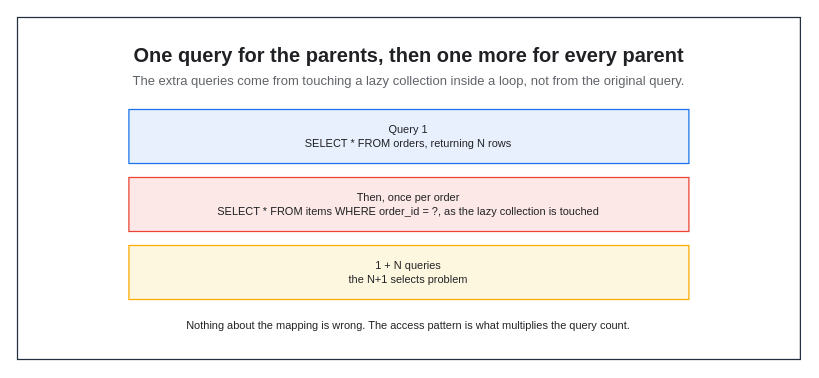
Earlier version of the draw.io diagram assets/img/spring/spring-19-n-plus-1.drawio (KKamJi98/kkamji98.github.io). Source tidied: cells renumbered, new cells numbered last; positions are measured from the earlier drawing's top-left corner, leaving out a move shared by most shapes. Both pictures are drawn from the tidied source at 100%, with x=0, y=0 at pixel (17, 17).
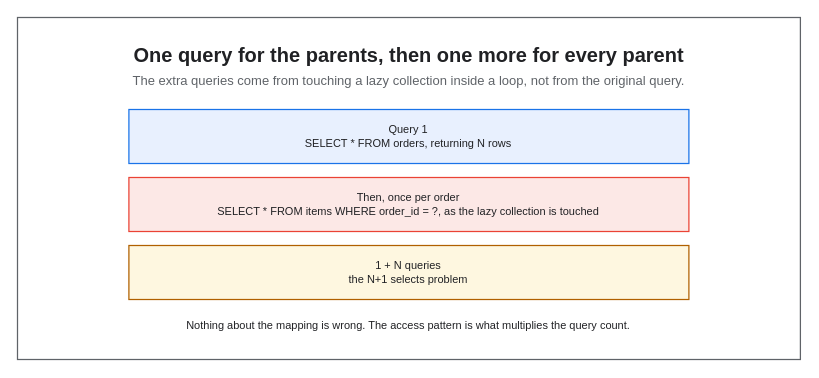
The same diagram, later.

The edit, as a diff of the source:
```diff
@@
 <mxGraphModel background="#FFFFFF">
   <root>
     <mxCell id="0" />
     <mxCell id="1" parent="0" />
-    <mxCell id="2" style="rounded=0;html=0;fillColor=none;strokeColor=#232F3E;fontColor=#202124;strokeWidth=1.25;" parent="1" vertex="1">
+    <mxCell id="2" style="rounded=0;html=0;fillColor=none;strokeColor=#5F6368;fontColor=#202124;strokeWidth=1.25;" parent="1" vertex="1">
       <mxGeometry width="782.9" height="342" as="geometry" />
     </mxCell>
     <mxCell id="3" value="One query for the parents, then one more for every parent" style="text;html=0;whiteSpace=wrap;fillColor=none;strokeColor=none;fontColor=#202124;fontSize=20;fontStyle=1;align=center;verticalAlign=middle;" parent="1" vertex="1">
       <mxGeometry x="22" y="22" width="738.9" height="30" as="geometry" />
     </mxCell>
     <mxCell id="4" value="The extra queries come from touching a lazy collection inside a loop, not from the original query." style="text;html=0;whiteSpace=wrap;fillColor=none;strokeColor=none;fontColor=#5F6368;fontSize=13;fontStyle=0;align=center;verticalAlign=middle;" parent="1" vertex="1">
       <mxGeometry x="22" y="52" width="738.9" height="22" as="geometry" />
     </mxCell>
     <mxCell id="5" value="Query 1&#10;SELECT * FROM orders, returning N rows" style="rounded=0;whiteSpace=wrap;html=0;fillColor=#E8F0FE;strokeColor=#1A73E8;fontColor=#202124;fontSize=11;fontStyle=0;align=center;verticalAlign=middle;spacingLeft=6;spacingRight=6;strokeWidth=1.25;" parent="1" vertex="1">
       <mxGeometry x="111.4" y="92" width="560" height="54" as="geometry" />
     </mxCell>
     <mxCell id="6" value="Then, once per order&#10;SELECT * FROM items WHERE order_id = ?, as the lazy collection is touched" style="rounded=0;whiteSpace=wrap;html=0;fillColor=#FCE8E6;strokeColor=#EA4335;fontColor=#202124;fontSize=11;fontStyle=0;align=center;verticalAlign=middle;spacingLeft=6;spacingRight=6;strokeWidth=1.25;" parent="1" vertex="1">
       <mxGeometry x="111.4" y="160" width="560" height="54" as="geometry" />
     </mxCell>
-    <mxCell id="7" value="1 + N queries&#10;the N+1 selects problem" style="rounded=0;whiteSpace=wrap;html=0;fillColor=#FEF7E0;strokeColor=#F9AB00;fontColor=#202124;fontSize=11;fontStyle=0;align=center;verticalAlign=middle;spacingLeft=6;spacingRight=6;strokeWidth=1.25;" parent="1" vertex="1">
+    <mxCell id="7" value="1 + N queries&#10;the N+1 selects problem" style="rounded=0;whiteSpace=wrap;html=0;fillColor=#FEF7E0;strokeColor=#B06000;fontColor=#202124;fontSize=11;fontStyle=0;align=center;verticalAlign=middle;spacingLeft=6;spacingRight=6;strokeWidth=1.25;" parent="1" vertex="1">
       <mxGeometry x="111.4" y="228" width="560" height="54" as="geometry" />
     </mxCell>
     <mxCell id="8" value="Nothing about the mapping is wrong. The access pattern is what multiplies the query count." style="text;html=0;whiteSpace=wrap;fillColor=none;strokeColor=none;fontColor=#202124;fontSize=11;fontStyle=0;align=center;verticalAlign=middle;" parent="1" vertex="1">
       <mxGeometry x="98.4" y="296" width="586" height="24" as="geometry" />
     </mxCell>
   </root>
 </mxGraphModel>
```
